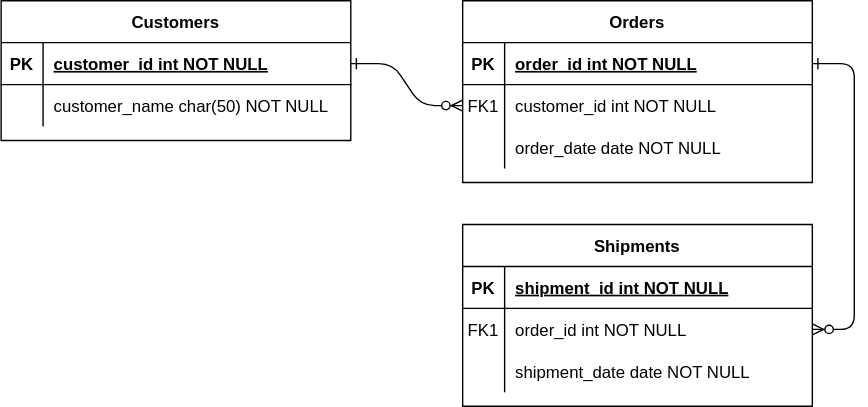
Before: document/project-board-erd.drawio.svg, a diagram exported from draw.io (Kwonnamhyung/fastcampus-project-board). Source tidied: cells renumbered, new cells last; positions are measured from the earlier drawing's top-left corner, leaving out a move shared by most shapes.
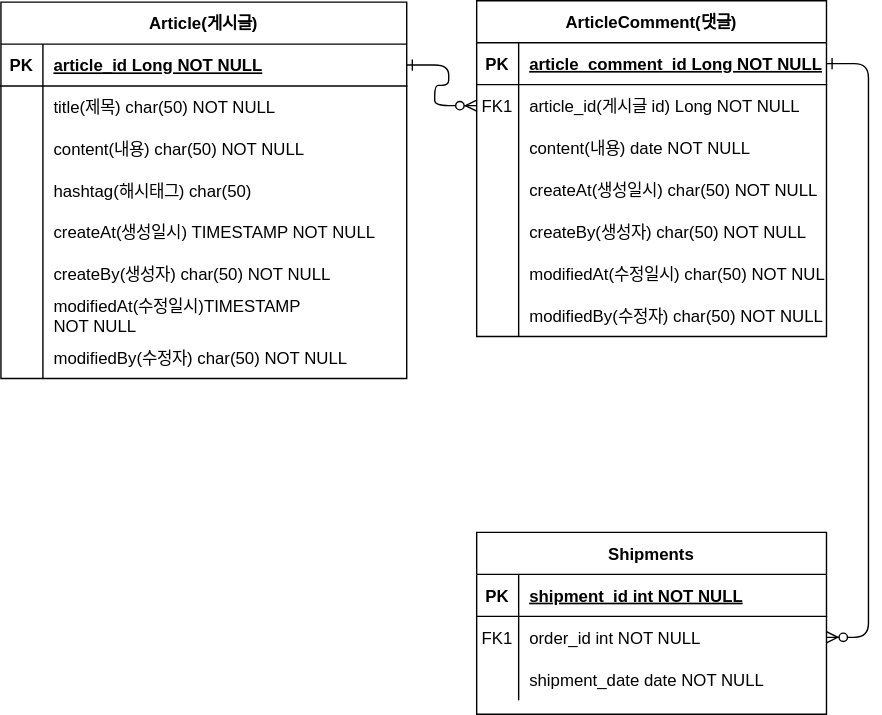
The same file after the commit.

Commit message:
project-board-erd.drawio.svg이 추가되었습니다.

The edit, as a diff of the source:
```diff
@@ -8,8 +8,8 @@
     <mxCell id="3" style="edgeStyle=entityRelationEdgeStyle;endArrow=ERzeroToMany;startArrow=ERone;endFill=1;startFill=0;" parent="1" edge="1" source="5" target="18">
       <mxGeometry relative="1" as="geometry" />
     </mxCell>
-    <mxCell id="4" value="Orders" style="shape=table;startSize=30;rowLines=0;fontStyle=1;align=center;" parent="1" vertex="1">
-      <mxGeometry x="330" width="250" height="130" as="geometry" />
+    <mxCell id="4" value="ArticleComment(댓글)" style="shape=table;startSize=30;rowLines=0;fontStyle=1;align=center;" parent="1" vertex="1">
+      <mxGeometry x="290" width="250" height="240" as="geometry" />
     </mxCell>
     <mxCell id="5" style="shape=partialRectangle;fillColor=none;points=[[0,0.5],[1,0.5]];portConstraint=eastwest;top=0;left=0;right=0;bottom=1;" parent="4" vertex="1">
       <mxGeometry y="30" width="250" height="30" as="geometry" />
@@ -17,7 +17,7 @@
     <mxCell id="6" value="PK" style="shape=partialRectangle;overflow=hidden;fillColor=none;top=0;left=0;bottom=0;right=0;fontStyle=1;" parent="5" vertex="1">
       <mxGeometry width="30" height="30" as="geometry" />
     </mxCell>
-    <mxCell id="7" value="order_id int NOT NULL " style="shape=partialRectangle;overflow=hidden;fillColor=none;top=0;left=0;bottom=0;right=0;align=left;spacingLeft=6;fontStyle=5;" parent="5" vertex="1">
+    <mxCell id="7" value="article_comment_id Long NOT NULL " style="shape=partialRectangle;overflow=hidden;fillColor=none;top=0;left=0;bottom=0;right=0;align=left;spacingLeft=6;fontStyle=5;" parent="5" vertex="1">
       <mxGeometry x="30" width="220" height="30" as="geometry" />
     </mxCell>
     <mxCell id="8" style="shape=partialRectangle;fillColor=none;points=[[0,0.5],[1,0.5]];portConstraint=eastwest;top=0;left=0;right=0;bottom=0;" parent="4" vertex="1">
@@ -26,7 +26,7 @@
     <mxCell id="9" value="FK1" style="shape=partialRectangle;overflow=hidden;fillColor=none;top=0;left=0;bottom=0;right=0;" parent="8" vertex="1">
       <mxGeometry width="30" height="30" as="geometry" />
     </mxCell>
-    <mxCell id="10" value="customer_id int NOT NULL" style="shape=partialRectangle;overflow=hidden;fillColor=none;top=0;left=0;bottom=0;right=0;align=left;spacingLeft=6;" parent="8" vertex="1">
+    <mxCell id="10" value="article_id(게시글 id) Long NOT NULL" style="shape=partialRectangle;overflow=hidden;fillColor=none;top=0;left=0;bottom=0;right=0;align=left;spacingLeft=6;" parent="8" vertex="1">
       <mxGeometry x="30" width="220" height="30" as="geometry" />
     </mxCell>
     <mxCell id="11" style="shape=partialRectangle;fillColor=none;top=0;left=0;right=0;bottom=0;" parent="4" vertex="1">
@@ -35,11 +35,47 @@
     <mxCell id="12" style="shape=partialRectangle;overflow=hidden;fillColor=none;top=0;left=0;bottom=0;right=0;" parent="11" vertex="1">
       <mxGeometry width="30" height="30" as="geometry" />
     </mxCell>
-    <mxCell id="13" value="order_date date NOT NULL" style="shape=partialRectangle;overflow=hidden;fillColor=none;top=0;left=0;bottom=0;right=0;align=left;spacingLeft=6;" parent="11" vertex="1">
+    <mxCell id="13" value="content(내용) date NOT NULL" style="shape=partialRectangle;overflow=hidden;fillColor=none;top=0;left=0;bottom=0;right=0;align=left;spacingLeft=6;" parent="11" vertex="1">
       <mxGeometry x="30" width="220" height="30" as="geometry" />
     </mxCell>
+    <mxCell id="31" style="shape=partialRectangle;fillColor=none;top=0;left=0;right=0;bottom=0;" parent="4" vertex="1">
+      <mxGeometry y="120" width="250" height="30" as="geometry" />
+    </mxCell>
+    <mxCell id="32" style="shape=partialRectangle;overflow=hidden;fillColor=none;top=0;left=0;bottom=0;right=0;" parent="31" vertex="1">
+      <mxGeometry width="30" height="30" as="geometry" />
+    </mxCell>
+    <mxCell id="33" value="createAt(생성일시) char(50) NOT NULL" style="shape=partialRectangle;overflow=hidden;fillColor=none;top=0;left=0;bottom=0;right=0;align=left;spacingLeft=6;" parent="31" vertex="1">
+      <mxGeometry x="30" width="220" height="30" as="geometry" />
+    </mxCell>
+    <mxCell id="34" style="shape=partialRectangle;fillColor=none;top=0;left=0;right=0;bottom=0;" parent="4" vertex="1">
+      <mxGeometry y="150" width="250" height="30" as="geometry" />
+    </mxCell>
+    <mxCell id="35" style="shape=partialRectangle;overflow=hidden;fillColor=none;top=0;left=0;bottom=0;right=0;" parent="34" vertex="1">
+      <mxGeometry width="30" height="30" as="geometry" />
+    </mxCell>
+    <mxCell id="36" value="createBy(생성자) char(50) NOT NULL" style="shape=partialRectangle;overflow=hidden;fillColor=none;top=0;left=0;bottom=0;right=0;align=left;spacingLeft=6;" parent="34" vertex="1">
+      <mxGeometry x="30" width="220" height="30" as="geometry" />
+    </mxCell>
+    <mxCell id="37" style="shape=partialRectangle;fillColor=none;top=0;left=0;right=0;bottom=0;" parent="4" vertex="1">
+      <mxGeometry y="180" width="250" height="30" as="geometry" />
+    </mxCell>
+    <mxCell id="38" style="shape=partialRectangle;overflow=hidden;fillColor=none;top=0;left=0;bottom=0;right=0;" parent="37" vertex="1">
+      <mxGeometry width="30" height="30" as="geometry" />
+    </mxCell>
+    <mxCell id="39" value="modifiedAt(수정일시) char(50) NOT NULL" style="shape=partialRectangle;overflow=hidden;fillColor=none;top=0;left=0;bottom=0;right=0;align=left;spacingLeft=6;" parent="37" vertex="1">
+      <mxGeometry x="30" width="220" height="30" as="geometry" />
+    </mxCell>
+    <mxCell id="40" style="shape=partialRectangle;fillColor=none;top=0;left=0;right=0;bottom=0;" parent="4" vertex="1">
+      <mxGeometry y="210" width="250" height="30" as="geometry" />
+    </mxCell>
+    <mxCell id="41" style="shape=partialRectangle;overflow=hidden;fillColor=none;top=0;left=0;bottom=0;right=0;" parent="40" vertex="1">
+      <mxGeometry width="30" height="30" as="geometry" />
+    </mxCell>
+    <mxCell id="42" value="modifiedBy(수정자) char(50) NOT NULL" style="shape=partialRectangle;overflow=hidden;fillColor=none;top=0;left=0;bottom=0;right=0;align=left;spacingLeft=6;" parent="40" vertex="1">
+      <mxGeometry x="30" width="220" height="30" as="geometry" />
+    </mxCell>
     <mxCell id="14" value="Shipments" style="shape=table;startSize=30;rowLines=0;fontStyle=1;align=center;" parent="1" vertex="1">
-      <mxGeometry x="330" y="160" width="250" height="130" as="geometry" />
+      <mxGeometry x="290" y="380" width="250" height="130" as="geometry" />
     </mxCell>
     <mxCell id="15" style="shape=partialRectangle;fillColor=none;top=0;left=0;right=0;bottom=1;" parent="14" vertex="1">
       <mxGeometry y="30" width="250" height="30" as="geometry" />
@@ -68,26 +104,80 @@
     <mxCell id="23" value="shipment_date date NOT NULL" style="shape=partialRectangle;overflow=hidden;fillColor=none;top=0;left=0;bottom=0;right=0;align=left;spacingLeft=6;" parent="21" vertex="1">
       <mxGeometry x="30" width="220" height="30" as="geometry" />
     </mxCell>
-    <mxCell id="24" value="Customers" style="shape=table;startSize=30;rowLines=0;fontStyle=1;align=center;" parent="1" vertex="1">
-      <mxGeometry width="250" height="100" as="geometry" />
+    <mxCell id="24" value="Article(게시글)" style="shape=table;startSize=30;rowLines=0;fontStyle=1;align=center;" parent="1" vertex="1">
+      <mxGeometry x="-50" y="1" width="290" height="269" as="geometry" />
     </mxCell>
     <mxCell id="25" style="shape=partialRectangle;fillColor=none;points=[[0,0.5],[1,0.5]];portConstraint=eastwest;top=0;left=0;right=0;bottom=1;" parent="24" vertex="1">
-      <mxGeometry y="30" width="250" height="30" as="geometry" />
+      <mxGeometry y="30" width="290" height="30" as="geometry" />
     </mxCell>
     <mxCell id="26" value="PK" style="shape=partialRectangle;overflow=hidden;fillColor=none;top=0;left=0;bottom=0;right=0;fontStyle=1;" parent="25" vertex="1">
       <mxGeometry width="30" height="30" as="geometry" />
     </mxCell>
-    <mxCell id="27" value="customer_id int NOT NULL " style="shape=partialRectangle;overflow=hidden;fillColor=none;top=0;left=0;bottom=0;right=0;align=left;spacingLeft=6;fontStyle=5;" parent="25" vertex="1">
-      <mxGeometry x="30" width="220" height="30" as="geometry" />
+    <mxCell id="27" value="article_id Long NOT NULL " style="shape=partialRectangle;overflow=hidden;fillColor=none;top=0;left=0;bottom=0;right=0;align=left;spacingLeft=6;fontStyle=5;" parent="25" vertex="1">
+      <mxGeometry x="30" width="260" height="30" as="geometry" />
     </mxCell>
     <mxCell id="28" style="shape=partialRectangle;fillColor=none;top=0;left=0;right=0;bottom=0;" parent="24" vertex="1">
-      <mxGeometry y="60" width="250" height="30" as="geometry" />
+      <mxGeometry y="60" width="290" height="30" as="geometry" />
     </mxCell>
     <mxCell id="29" style="shape=partialRectangle;overflow=hidden;fillColor=none;top=0;left=0;bottom=0;right=0;" parent="28" vertex="1">
       <mxGeometry width="30" height="30" as="geometry" />
     </mxCell>
-    <mxCell id="30" value="customer_name char(50) NOT NULL" style="shape=partialRectangle;overflow=hidden;fillColor=none;top=0;left=0;bottom=0;right=0;align=left;spacingLeft=6;" parent="28" vertex="1">
-      <mxGeometry x="30" width="220" height="30" as="geometry" />
+    <mxCell id="30" value="title(제목) char(50) NOT NULL" style="shape=partialRectangle;overflow=hidden;fillColor=none;top=0;left=0;bottom=0;right=0;align=left;spacingLeft=6;" parent="28" vertex="1">
+      <mxGeometry x="30" width="260" height="30" as="geometry" />
     </mxCell>
+    <mxCell id="43" style="shape=partialRectangle;fillColor=none;top=0;left=0;right=0;bottom=0;" parent="24" vertex="1">
+      <mxGeometry y="90" width="290" height="30" as="geometry" />
+    </mxCell>
+    <mxCell id="44" style="shape=partialRectangle;overflow=hidden;fillColor=none;top=0;left=0;bottom=0;right=0;" parent="43" vertex="1">
+      <mxGeometry width="30" height="30" as="geometry" />
+    </mxCell>
+    <mxCell id="45" value="content(내용) char(50) NOT NULL" style="shape=partialRectangle;overflow=hidden;fillColor=none;top=0;left=0;bottom=0;right=0;align=left;spacingLeft=6;" parent="43" vertex="1">
+      <mxGeometry x="30" width="260" height="30" as="geometry" />
+    </mxCell>
+    <mxCell id="46" style="shape=partialRectangle;fillColor=none;top=0;left=0;right=0;bottom=0;" parent="24" vertex="1">
+      <mxGeometry y="120" width="290" height="29" as="geometry" />
+    </mxCell>
+    <mxCell id="47" style="shape=partialRectangle;overflow=hidden;fillColor=none;top=0;left=0;bottom=0;right=0;" parent="46" vertex="1">
+      <mxGeometry width="30" height="29" as="geometry" />
+    </mxCell>
+    <mxCell id="48" value="hashtag(해시태그) char(50)" style="shape=partialRectangle;overflow=hidden;fillColor=none;top=0;left=0;bottom=0;right=0;align=left;spacingLeft=6;" parent="46" vertex="1">
+      <mxGeometry x="30" width="260" height="29" as="geometry" />
+    </mxCell>
+    <mxCell id="49" style="shape=partialRectangle;fillColor=none;top=0;left=0;right=0;bottom=0;" parent="24" vertex="1">
+      <mxGeometry y="149" width="290" height="30" as="geometry" />
+    </mxCell>
+    <mxCell id="50" style="shape=partialRectangle;overflow=hidden;fillColor=none;top=0;left=0;bottom=0;right=0;" parent="49" vertex="1">
+      <mxGeometry width="30" height="30" as="geometry" />
+    </mxCell>
+    <mxCell id="51" value="createAt(생성일시) TIMESTAMP NOT NULL" style="shape=partialRectangle;overflow=hidden;fillColor=none;top=0;left=0;bottom=0;right=0;align=left;spacingLeft=6;" parent="49" vertex="1">
+      <mxGeometry x="30" width="260" height="30" as="geometry" />
+    </mxCell>
+    <mxCell id="52" style="shape=partialRectangle;fillColor=none;top=0;left=0;right=0;bottom=0;" parent="24" vertex="1">
+      <mxGeometry y="179" width="290" height="30" as="geometry" />
+    </mxCell>
+    <mxCell id="53" style="shape=partialRectangle;overflow=hidden;fillColor=none;top=0;left=0;bottom=0;right=0;" parent="52" vertex="1">
+      <mxGeometry width="30" height="30" as="geometry" />
+    </mxCell>
+    <mxCell id="54" value="createBy(생성자) char(50) NOT NULL" style="shape=partialRectangle;overflow=hidden;fillColor=none;top=0;left=0;bottom=0;right=0;align=left;spacingLeft=6;" parent="52" vertex="1">
+      <mxGeometry x="30" width="260" height="30" as="geometry" />
+    </mxCell>
+    <mxCell id="55" style="shape=partialRectangle;fillColor=none;top=0;left=0;right=0;bottom=0;" parent="24" vertex="1">
+      <mxGeometry y="209" width="290" height="30" as="geometry" />
+    </mxCell>
+    <mxCell id="56" style="shape=partialRectangle;overflow=hidden;fillColor=none;top=0;left=0;bottom=0;right=0;" parent="55" vertex="1">
+      <mxGeometry width="30" height="30" as="geometry" />
+    </mxCell>
+    <mxCell id="57" value="modifiedAt(수정일시)TIMESTAMP &#10;NOT NULL" style="shape=partialRectangle;overflow=hidden;fillColor=none;top=0;left=0;bottom=0;right=0;align=left;spacingLeft=6;" parent="55" vertex="1">
+      <mxGeometry x="30" width="260" height="30" as="geometry" />
+    </mxCell>
+    <mxCell id="58" style="shape=partialRectangle;fillColor=none;top=0;left=0;right=0;bottom=0;" parent="24" vertex="1">
+      <mxGeometry y="239" width="290" height="30" as="geometry" />
+    </mxCell>
+    <mxCell id="59" style="shape=partialRectangle;overflow=hidden;fillColor=none;top=0;left=0;bottom=0;right=0;" parent="58" vertex="1">
+      <mxGeometry width="30" height="30" as="geometry" />
+    </mxCell>
+    <mxCell id="60" value="modifiedBy(수정자) char(50) NOT NULL" style="shape=partialRectangle;overflow=hidden;fillColor=none;top=0;left=0;bottom=0;right=0;align=left;spacingLeft=6;" parent="58" vertex="1">
+      <mxGeometry x="30" width="260" height="30" as="geometry" />
+    </mxCell>
   </root>
 </mxGraphModel>
```
